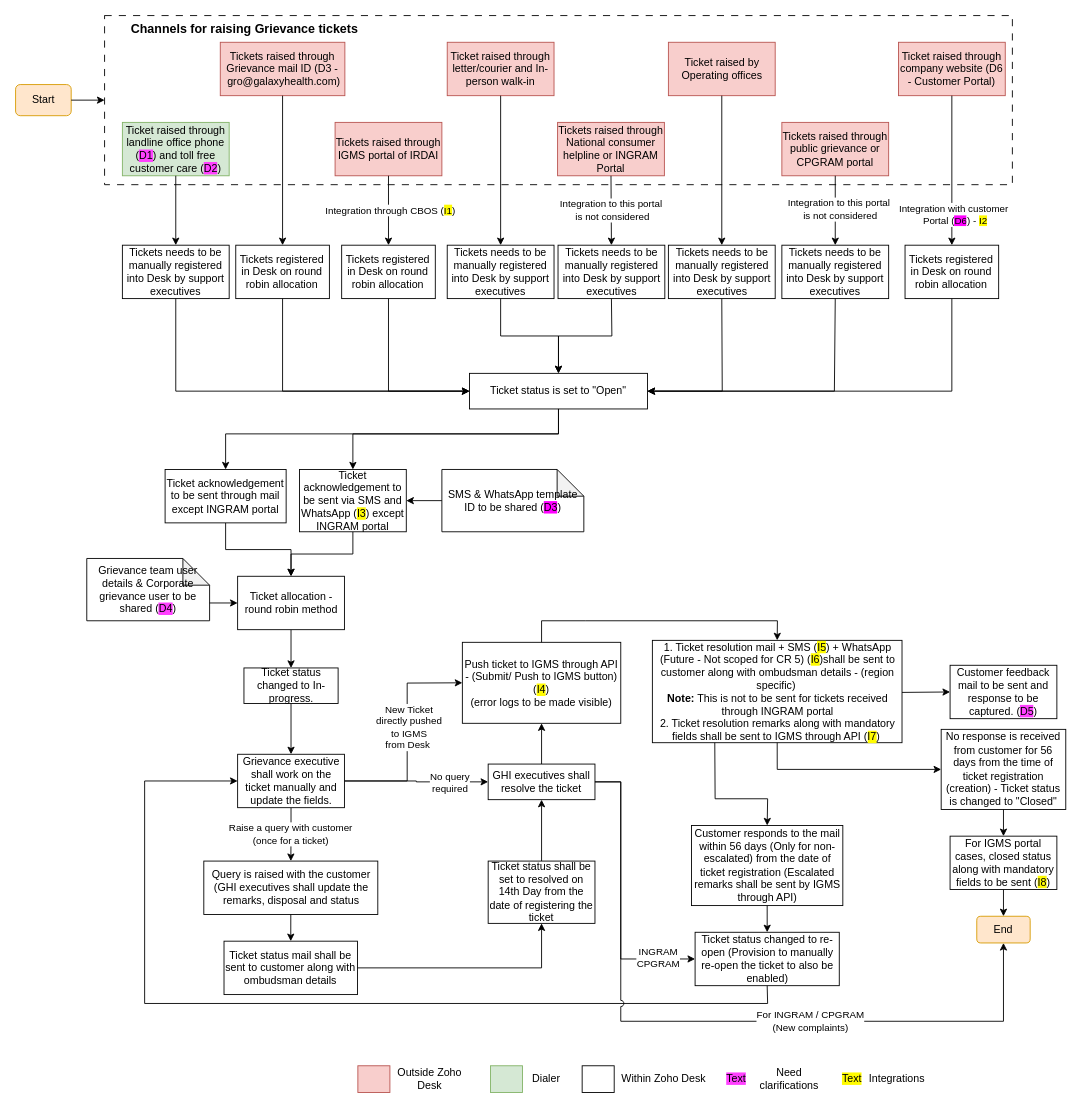
The draw.io diagram Insurance Grievance management.drawio in shaileshsreedar/Galaxy, before the edit. Source tidied: cells renumbered, new cells numbered last; positions are measured from the earlier drawing's top-left corner, leaving out a move shared by most shapes. Both pictures are drawn from the tidied source at 89%, with x=0, y=0 at pixel (15, 15).
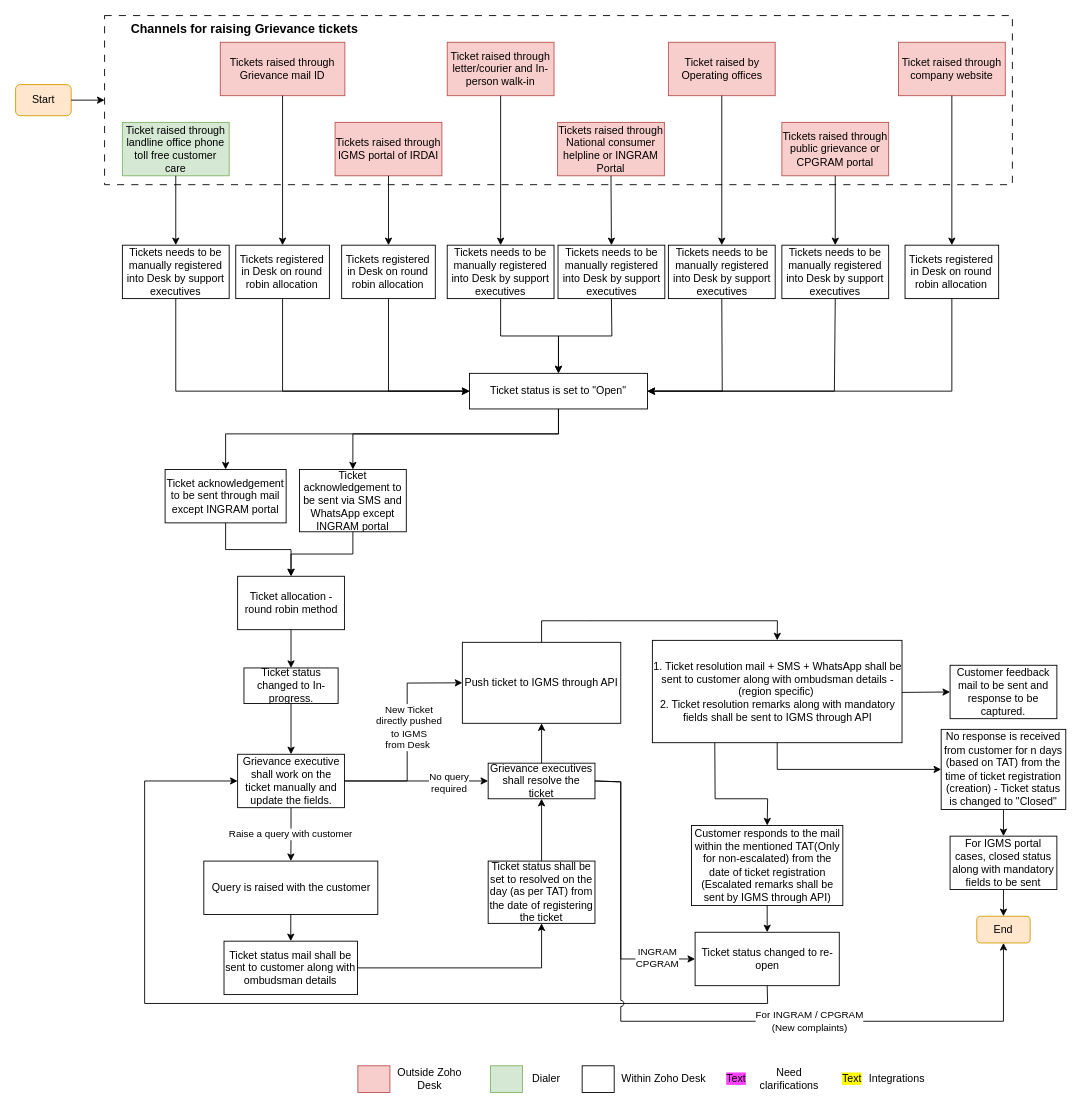
After the change.

Unchanged cells that the change refers to:
```xml
<mxCell id="16" value="Tickets raised through National consumer helpline or INGRAM Portal" style="rounded=0;whiteSpace=wrap;html=1;fillColor=#f8cecc;strokeColor=#b85450;" parent="1" vertex="1">
  <mxGeometry x="609" y="120" width="120" height="60" as="geometry" />
</mxCell>
<mxCell id="25" style="endArrow=classic;html=1;rounded=0;exitX=0.5;exitY=1;exitDx=0;exitDy=0;entryX=0.5;entryY=0;entryDx=0;entryDy=0;" parent="1" edge="1" source="15" target="24">
  <mxGeometry relative="1" as="geometry" />
</mxCell>
<mxCell id="29" value="Tickets needs to be manually registered into Desk by support executives" style="rounded=0;whiteSpace=wrap;html=1;" parent="1" vertex="1">
  <mxGeometry x="609.5" y="258" width="120" height="60" as="geometry" />
</mxCell>
<mxCell id="34" style="endArrow=classic;html=1;rounded=0;exitX=0.5;exitY=1;exitDx=0;exitDy=0;entryX=0.5;entryY=0;entryDx=0;entryDy=0;" parent="1" edge="1" source="17" target="33">
  <mxGeometry relative="1" as="geometry" />
</mxCell>
<mxCell id="37" style="endArrow=classic;html=1;rounded=0;exitX=0.5;exitY=1;exitDx=0;exitDy=0;entryX=0.5;entryY=0;entryDx=0;entryDy=0;" parent="1" edge="1" source="12" target="36">
  <mxGeometry relative="1" as="geometry" />
</mxCell>
<mxCell id="56" value="Ticket allocation - round robin method" style="rounded=0;whiteSpace=wrap;html=1;" parent="1" vertex="1">
  <mxGeometry x="249.5" y="630" width="120" height="60" as="geometry" />
</mxCell>
<mxCell id="62" style="edgeStyle=orthogonalEdgeStyle;rounded=0;jettySize=auto;html=1;exitX=0.5;exitY=1;exitDx=0;exitDy=0;" parent="1" edge="1" source="64" target="68">
  <mxGeometry relative="1" as="geometry" />
</mxCell>
```

The edit, as a diff of the source:
```diff
@@
-    <mxCell id="3" value="Ticket raised through landline office phone (&lt;span style=&quot;background-color: rgb(255, 64, 255);&quot;&gt;D1&lt;/span&gt;) and toll free customer care (&lt;span style=&quot;background-color: rgb(255, 64, 255);&quot;&gt;D2&lt;/span&gt;)" style="rounded=0;whiteSpace=wrap;html=1;fillColor=#d5e8d4;strokeColor=#82b366;" parent="1" vertex="1">
+    <mxCell id="3" value="Ticket raised through landline office phone toll free customer care" style="rounded=0;whiteSpace=wrap;html=1;fillColor=#d5e8d4;strokeColor=#82b366;" parent="1" vertex="1">
       <mxGeometry x="120" y="120" width="120" height="60" as="geometry" />
     </mxCell>
@@
-    <mxCell id="11" value="Tickets raised through Grievance mail ID (D3 -&amp;nbsp;&lt;span&gt;gro@galaxyhealth.com&lt;/span&gt;)" style="rounded=0;whiteSpace=wrap;html=1;fillColor=#f8cecc;strokeColor=#b85450;" parent="1" vertex="1">
+    <mxCell id="11" value="Tickets raised through Grievance mail ID" style="rounded=0;whiteSpace=wrap;html=1;fillColor=#f8cecc;strokeColor=#b85450;" parent="1" vertex="1">
       <mxGeometry x="230" y="30" width="140" height="60" as="geometry" />
     </mxCell>
-    <mxCell id="12" value="Ticket raised through company website (&lt;span&gt;D6 - Customer Portal&lt;/span&gt;)" style="rounded=0;whiteSpace=wrap;html=1;fillColor=#f8cecc;strokeColor=#b85450;" parent="1" vertex="1">
+    <mxCell id="12" value="Ticket raised through company website" style="rounded=0;whiteSpace=wrap;html=1;fillColor=#f8cecc;strokeColor=#b85450;" parent="1" vertex="1">
       <mxGeometry x="992" y="30" width="120" height="60" as="geometry" />
     </mxCell>
@@
-    <mxCell id="26" value="Integration through CBOS (&lt;span style=&quot;background-color: rgb(255, 251, 0);&quot;&gt;I1&lt;/span&gt;)" style="edgeLabel;html=1;align=center;verticalAlign=middle;" parent="25" vertex="1">
-      <mxGeometry x="-0.02" y="1" relative="1" as="geometry" />
-    </mxCell>
@@
-    <mxCell id="30" value="Integration to this portal&lt;div&gt;&lt;span style=&quot;background-color: rgb(255, 255, 255);&quot;&gt;&amp;nbsp;is not considered&lt;/span&gt;&lt;/div&gt;" style="endArrow=classic;html=1;rounded=0;exitX=0.5;exitY=1;exitDx=0;exitDy=0;entryX=0.5;entryY=0;entryDx=0;entryDy=0;" parent="1" edge="1" source="16" target="29">
-      <mxGeometry x="-0.01" relative="1" as="geometry" />
+    <mxCell id="30" style="endArrow=classic;html=1;rounded=0;exitX=0.5;exitY=1;exitDx=0;exitDy=0;entryX=0.5;entryY=0;entryDx=0;entryDy=0;" parent="1" edge="1" source="16" target="29">
+      <mxGeometry relative="1" as="geometry" />
     </mxCell>
@@
-    <mxCell id="35" value="Integration to this portal&lt;div&gt;&lt;span style=&quot;background-color: rgb(255, 255, 255);&quot;&gt;&amp;nbsp;is not considered&lt;/span&gt;&lt;/div&gt;" style="edgeLabel;html=1;align=center;verticalAlign=middle;" parent="34" vertex="1">
-      <mxGeometry x="-0.04" y="3" relative="1" as="geometry" />
-    </mxCell>
@@
-    <mxCell id="38" value="Integration with customer&lt;div&gt;&lt;span style=&quot;background-color: rgb(255, 255, 255);&quot;&gt;&amp;nbsp;Portal (&lt;/span&gt;&lt;span style=&quot;background-color: rgb(255, 0, 255);&quot;&gt;D6&lt;/span&gt;&lt;span style=&quot;background-color: rgb(255, 255, 255);&quot;&gt;)&amp;nbsp;&lt;/span&gt;- &lt;span style=&quot;background-color: rgb(255, 251, 0);&quot;&gt;I2&lt;/span&gt;&lt;/div&gt;" style="edgeLabel;html=1;align=center;verticalAlign=middle;" parent="37" vertex="1">
-      <mxGeometry x="0.57" y="1" relative="1" as="geometry">
-        <mxPoint y="1" as="offset" />
-      </mxGeometry>
-    </mxCell>
@@
-    <mxCell id="51" value="Ticket acknowledgement to be sent via SMS and WhatsApp (&lt;span style=&quot;background-color: rgb(255, 251, 0);&quot;&gt;I3&lt;/span&gt;) except INGRAM portal" style="rounded=0;whiteSpace=wrap;html=1;" parent="1" vertex="1">
+    <mxCell id="51" value="Ticket acknowledgement to be sent via SMS and WhatsApp except INGRAM portal" style="rounded=0;whiteSpace=wrap;html=1;" parent="1" vertex="1">
       <mxGeometry x="319" y="510" width="120" height="70" as="geometry" />
     </mxCell>
-    <mxCell id="52" value="SMS &amp;amp; WhatsApp template ID to be shared (&lt;span style=&quot;background-color: rgb(255, 0, 255);&quot;&gt;D3&lt;/span&gt;)" style="shape=note;whiteSpace=wrap;html=1;backgroundOutline=1;darkOpacity=0.05;" parent="1" vertex="1">
-      <mxGeometry x="479" y="510" width="159.5" height="70" as="geometry" />
-    </mxCell>
-    <mxCell id="53" style="endArrow=classic;html=1;rounded=0;exitX=0;exitY=0.5;exitDx=0;exitDy=0;exitPerimeter=0;entryX=1;entryY=0.5;entryDx=0;entryDy=0;" parent="1" edge="1" source="52" target="51">
-      <mxGeometry relative="1" as="geometry" />
-    </mxCell>
@@
-    <mxCell id="57" value="Grievance team user details &amp;amp; Corporate grievance user to be shared (&lt;span style=&quot;background-color: rgb(255, 64, 255);&quot;&gt;D4&lt;/span&gt;)" style="shape=note;whiteSpace=wrap;html=1;backgroundOutline=1;darkOpacity=0.05;" parent="1" vertex="1">
-      <mxGeometry x="80" y="610" width="138" height="70" as="geometry" />
-    </mxCell>
@@
-    <mxCell id="63" value="Raise a query with customer&lt;div&gt;(once for a ticket)&lt;/div&gt;" style="edgeLabel;html=1;align=center;verticalAlign=middle;" parent="62" vertex="1">
+    <mxCell id="63" value="Raise a query with customer" style="edgeLabel;html=1;align=center;verticalAlign=middle;" parent="62" vertex="1">
       <mxGeometry x="-0.25" y="-1" relative="1" as="geometry">
         <mxPoint y="6" as="offset" />
       </mxGeometry>
     </mxCell>
@@
-    <mxCell id="66" value="GHI executives shall resolve the ticket" style="rounded=0;whiteSpace=wrap;html=1;" parent="1" vertex="1">
-      <mxGeometry x="531" y="841" width="120" height="40" as="geometry" />
+    <mxCell id="66" value="Grievance executives shall resolve the ticket" style="rounded=0;whiteSpace=wrap;html=1;" parent="1" vertex="1">
+      <mxGeometry x="531" y="840" width="120" height="40" as="geometry" />
     </mxCell>
-    <mxCell id="67" value="1. Ticket resolution mail + SMS (&lt;span style=&quot;background-color: rgb(255, 251, 0);&quot;&gt;I5&lt;/span&gt;) + WhatsApp (Future - Not scoped for CR 5) (&lt;span style=&quot;background-color: rgb(255, 251, 0);&quot;&gt;I6&lt;/span&gt;)shall be sent to customer along with ombudsman details - (region specific)&amp;nbsp;&lt;div&gt;&lt;b&gt;Note:&lt;/b&gt; This is not to be sent for tickets received through INGRAM portal&lt;br&gt;&lt;div&gt;2. Ticket resolution remarks along with mandatory fields shall be sent to IGMS through API (&lt;span style=&quot;background-color: rgb(255, 251, 0);&quot;&gt;I7&lt;/span&gt;)&amp;nbsp;&lt;br&gt;&lt;/div&gt;&lt;/div&gt;" style="rounded=0;whiteSpace=wrap;html=1;" parent="1" vertex="1">
+    <mxCell id="67" value="1. Ticket resolution mail + SMS + WhatsApp shall be sent to customer along with ombudsman details - (region specific)&amp;nbsp;&lt;div&gt;&lt;div&gt;2. Ticket resolution remarks along with mandatory fields shall be sent to IGMS through API&lt;br&gt;&lt;/div&gt;&lt;/div&gt;" style="rounded=0;whiteSpace=wrap;html=1;" parent="1" vertex="1">
       <mxGeometry x="715.5" y="702" width="280.5" height="115" as="geometry" />
     </mxCell>
-    <mxCell id="68" value="Query is raised with the customer (GHI executives shall update the remarks, disposal and status" style="rounded=0;whiteSpace=wrap;html=1;" parent="1" vertex="1">
+    <mxCell id="68" value="Query is raised with the customer" style="rounded=0;whiteSpace=wrap;html=1;" parent="1" vertex="1">
       <mxGeometry x="211.5" y="950" width="195.5" height="60" as="geometry" />
     </mxCell>
@@
-    <mxCell id="71" value="Ticket status shall be set to resolved on 14th Day from the date of registering the ticket" style="rounded=0;whiteSpace=wrap;html=1;" parent="1" vertex="1">
+    <mxCell id="71" value="Ticket status shall be set to resolved on the day (as per TAT) from the date of registering the ticket" style="rounded=0;whiteSpace=wrap;html=1;" parent="1" vertex="1">
       <mxGeometry x="531" y="950" width="120" height="70" as="geometry" />
     </mxCell>
@@
-    <mxCell id="74" value="Customer feedback mail to be sent and response to be captured. (&lt;span style=&quot;background-color: rgb(255, 64, 255);&quot;&gt;D5&lt;/span&gt;)" style="rounded=0;whiteSpace=wrap;html=1;" parent="1" vertex="1">
+    <mxCell id="74" value="Customer feedback mail to be sent and response to be captured." style="rounded=0;whiteSpace=wrap;html=1;" parent="1" vertex="1">
       <mxGeometry x="1050" y="730" width="120" height="60" as="geometry" />
     </mxCell>
@@
-    <mxCell id="77" value="Customer responds to the mail within 56 days (Only for non-escalated) from the date of ticket registration (Escalated remarks shall be sent by IGMS through API)" style="rounded=0;whiteSpace=wrap;html=1;" parent="1" vertex="1">
+    <mxCell id="77" value="Customer responds to the mail within the mentioned TAT(Only for non-escalated) from the date of ticket registration (Escalated remarks shall be sent by IGMS through API)" style="rounded=0;whiteSpace=wrap;html=1;" parent="1" vertex="1">
       <mxGeometry x="759.5" y="910" width="170" height="90" as="geometry" />
     </mxCell>
@@
-    <mxCell id="79" value="Ticket status changed to re-open (Provision to manually re-open the ticket to also be enabled)" style="rounded=0;whiteSpace=wrap;html=1;" parent="1" vertex="1">
+    <mxCell id="79" value="Ticket status changed to re-open" style="rounded=0;whiteSpace=wrap;html=1;" parent="1" vertex="1">
       <mxGeometry x="763.5" y="1030" width="162" height="60" as="geometry" />
     </mxCell>
@@
-    <mxCell id="82" value="Push ticket to IGMS through API - (Submit/ Push to IGMS button) (&lt;span style=&quot;background-color: rgb(255, 251, 0);&quot;&gt;I4&lt;/span&gt;)&lt;div&gt;(error logs to be made visible)&lt;/div&gt;" style="rounded=0;whiteSpace=wrap;html=1;" parent="1" vertex="1">
+    <mxCell id="82" value="Push ticket to IGMS through API" style="rounded=0;whiteSpace=wrap;html=1;" parent="1" vertex="1">
       <mxGeometry x="502" y="704.2" width="178" height="91" as="geometry" />
     </mxCell>
@@
-    <mxCell id="85" value="No response is received from customer for 56 days from the time of ticket registration (creation) - Ticket status is changed to &quot;Closed&quot;" style="rounded=0;whiteSpace=wrap;html=1;" parent="1" vertex="1">
+    <mxCell id="85" value="No response is received from customer for n days (based on TAT) from the time of ticket registration (creation) - Ticket status is changed to &quot;Closed&quot;" style="rounded=0;whiteSpace=wrap;html=1;" parent="1" vertex="1">
       <mxGeometry x="1040" y="802" width="140" height="90" as="geometry" />
     </mxCell>
@@
-    <mxCell id="88" value="For IGMS portal cases, closed status along with mandatory fields to be sent (&lt;span style=&quot;background-color: rgb(255, 251, 0);&quot;&gt;I8&lt;/span&gt;)" style="rounded=0;whiteSpace=wrap;html=1;" parent="1" vertex="1">
+    <mxCell id="88" value="For IGMS portal cases, closed status along with mandatory fields to be sent" style="rounded=0;whiteSpace=wrap;html=1;" parent="1" vertex="1">
       <mxGeometry x="1050" y="922" width="120" height="60" as="geometry" />
     </mxCell>
@@
-    <mxCell id="94" style="endArrow=classic;html=1;rounded=0;exitX=0;exitY=0;exitDx=138;exitDy=50;exitPerimeter=0;entryX=0;entryY=0.5;entryDx=0;entryDy=0;" parent="1" edge="1" source="57" target="56">
-      <mxGeometry relative="1" as="geometry" />
-    </mxCell>
```
